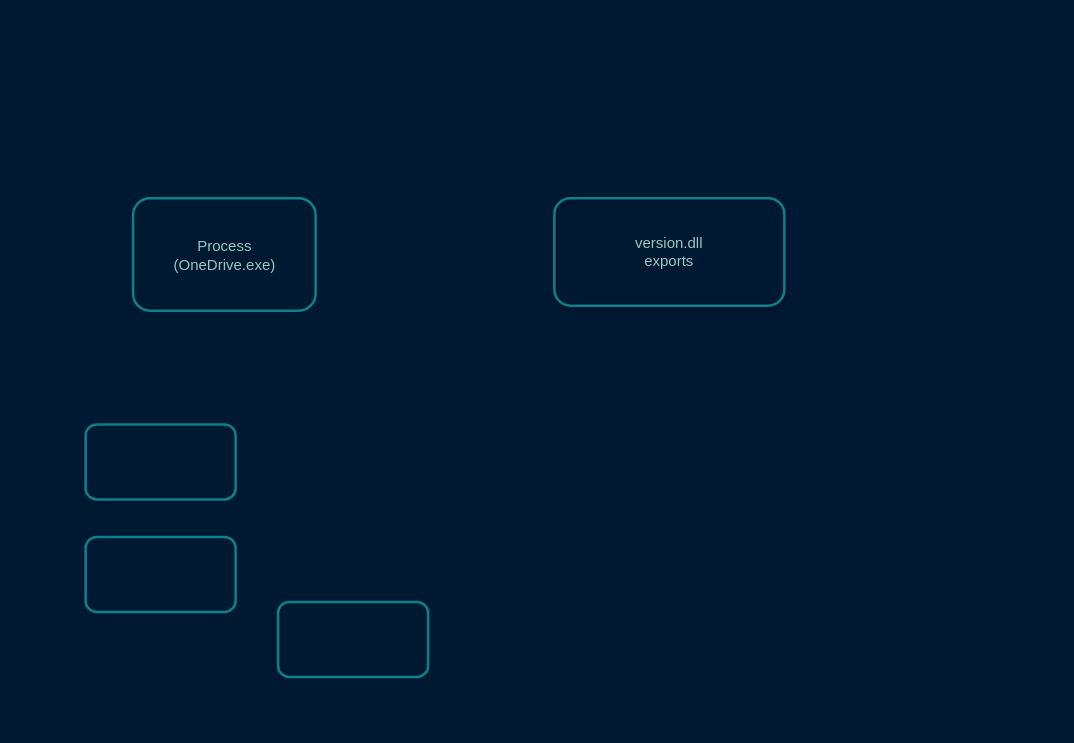
This is dll_proxying.drawio from raghavmishra/diagrams, a draw.io file, before an edit. Source tidied: cells renumbered, new cells numbered last; positions are measured from the earlier drawing's top-left corner, leaving out a move shared by most shapes. Both pictures are drawn from the tidied source at 125%, with x=0, y=0 at pixel (85, 198).
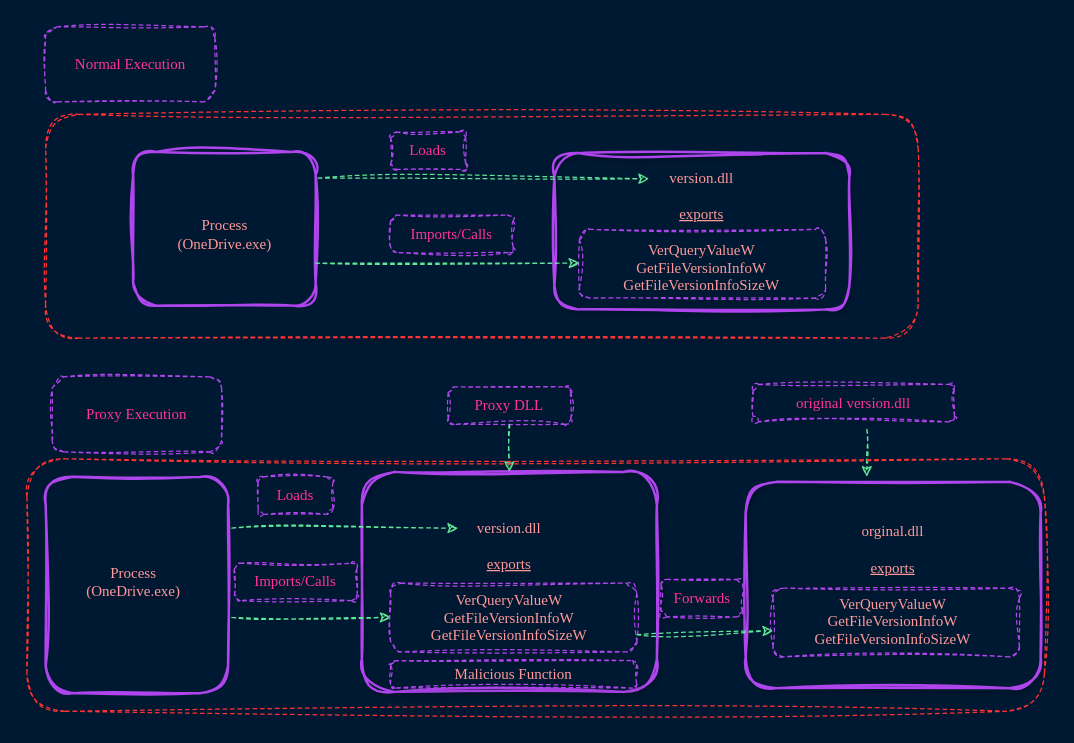
Above is the later version.

What changed in the source:
```diff
@@
-    <mxCell id="2" style="rounded=1;whiteSpace=wrap;html=1;fillColor=none;strokeColor=#0e8088;strokeWidth=2;" parent="1" vertex="1">
-      <mxGeometry x="38" width="146" height="90" as="geometry" />
+    <mxCell id="2" style="rounded=1;whiteSpace=wrap;html=1;fillColor=none;strokeColor=#AF45ED;strokeWidth=2;labelBackgroundColor=none;fontColor=#095C86;sketch=1;curveFitting=1;jiggle=2;" parent="1" vertex="1">
+      <mxGeometry x="38" y="-37" width="146" height="123" as="geometry" />
     </mxCell>
-    <mxCell id="3" style="rounded=1;whiteSpace=wrap;html=1;fillColor=none;strokeColor=#0e8088;strokeWidth=2;" parent="1" vertex="1">
-      <mxGeometry y="181" width="120" height="60" as="geometry" />
-    </mxCell>
-    <mxCell id="4" style="rounded=1;whiteSpace=wrap;html=1;fillColor=none;strokeColor=#0e8088;strokeWidth=2;" parent="1" vertex="1">
-      <mxGeometry x="154" y="323" width="120" height="60" as="geometry" />
-    </mxCell>
-    <mxCell id="5" style="rounded=1;whiteSpace=wrap;html=1;fillColor=none;strokeColor=#0e8088;strokeWidth=2;" parent="1" vertex="1">
-      <mxGeometry y="271" width="120" height="60" as="geometry" />
-    </mxCell>
-    <mxCell id="6" value="&lt;font color=&quot;#9ac7bf&quot;&gt;version.dll&lt;/font&gt;&lt;div&gt;&lt;font color=&quot;#9ac7bf&quot;&gt;exports&lt;/font&gt;&lt;/div&gt;" style="rounded=1;whiteSpace=wrap;html=1;fillColor=none;strokeColor=#0e8088;strokeWidth=2;glass=1;shadow=1;" parent="1" vertex="1">
-      <mxGeometry x="375" width="184" height="86" as="geometry" />
+    <mxCell id="6" value="&lt;font color=&quot;#ff9999&quot; face=&quot;Garamond&quot;&gt;version.dll&lt;/font&gt;&lt;div&gt;&lt;font color=&quot;#ff9999&quot; face=&quot;Garamond&quot;&gt;&lt;br&gt;&lt;/font&gt;&lt;div&gt;&lt;font color=&quot;#ff9999&quot; face=&quot;Garamond&quot;&gt;&lt;u&gt;exports&lt;/u&gt;&lt;/font&gt;&lt;/div&gt;&lt;div&gt;&lt;span style=&quot;background-color: initial;&quot;&gt;&lt;font color=&quot;#ff9999&quot; face=&quot;Garamond&quot;&gt;&lt;br&gt;&lt;/font&gt;&lt;/span&gt;&lt;/div&gt;&lt;div&gt;&lt;span style=&quot;background-color: initial;&quot;&gt;&lt;font color=&quot;#ff9999&quot; face=&quot;Garamond&quot;&gt;VerQueryValueW&lt;/font&gt;&lt;/span&gt;&lt;/div&gt;&lt;div&gt;&lt;font color=&quot;#ff9999&quot; face=&quot;Garamond&quot;&gt;GetFileVersionInfoW&lt;/font&gt;&lt;/div&gt;&lt;div&gt;&lt;font color=&quot;#ff9999&quot; face=&quot;Garamond&quot;&gt;GetFileVersionInfoSizeW&lt;/font&gt;&lt;/div&gt;&lt;/div&gt;" style="rounded=1;whiteSpace=wrap;html=1;fillColor=none;strokeColor=#AF45ED;strokeWidth=2;glass=1;shadow=1;labelBackgroundColor=none;fontColor=#095C86;sketch=1;curveFitting=1;jiggle=2;" parent="1" vertex="1">
+      <mxGeometry x="375" y="-36" width="236" height="125" as="geometry" />
     </mxCell>
-    <mxCell id="7" value="&lt;font color=&quot;#9ac7bf&quot;&gt;Process&lt;br&gt;(OneDrive.exe)&lt;/font&gt;" style="text;html=1;align=center;verticalAlign=middle;whiteSpace=wrap;rounded=0;" parent="1" vertex="1">
-      <mxGeometry x="50.5" y="31" width="121" height="30" as="geometry" />
+    <mxCell id="7" value="&lt;font&gt;Process&lt;br&gt;(OneDrive.exe)&lt;/font&gt;" style="text;html=1;align=center;verticalAlign=middle;whiteSpace=wrap;rounded=1;fontFamily=Garamond;textShadow=1;glass=1;shadow=1;labelBackgroundColor=none;fontColor=#FF9999;sketch=1;curveFitting=1;jiggle=2;" parent="1" vertex="1">
+      <mxGeometry x="50.5" y="13.5" width="121" height="30" as="geometry" />
     </mxCell>
+    <mxCell id="8" style="rounded=1;whiteSpace=wrap;html=1;fillColor=none;dashed=1;strokeColor=#AF45ED;glass=1;shadow=1;fontFamily=Garamond;labelBackgroundColor=none;fontColor=#FF9999;sketch=1;curveFitting=1;jiggle=2;" parent="1" vertex="1">
+      <mxGeometry x="395" y="25" width="197" height="55" as="geometry" />
+    </mxCell>
+    <mxCell id="9" style="endArrow=classic;html=1;rounded=0;entryX=0.321;entryY=0.164;entryDx=0;entryDy=0;entryPerimeter=0;dashed=1;strokeColor=#60E696;labelBackgroundColor=none;fontColor=default;sketch=1;curveFitting=1;jiggle=2;" parent="1" edge="1" target="6">
+      <mxGeometry relative="1" as="geometry">
+        <mxPoint x="186" y="-16" as="sourcePoint" />
+      </mxGeometry>
+    </mxCell>
+    <mxCell id="10" style="endArrow=classic;html=1;rounded=0;dashed=1;strokeColor=#60E696;labelBackgroundColor=none;fontColor=default;sketch=1;curveFitting=1;jiggle=2;" parent="1" edge="1">
+      <mxGeometry relative="1" as="geometry">
+        <mxPoint x="184" y="52" as="sourcePoint" />
+        <mxPoint x="395" y="52" as="targetPoint" />
+      </mxGeometry>
+    </mxCell>
+    <mxCell id="11" value="Loads" style="text;html=1;align=center;verticalAlign=middle;whiteSpace=wrap;rounded=1;dashed=1;fillColor=none;strokeColor=#AF45ED;fontColor=#FF3399;textShadow=1;glass=1;shadow=1;fontFamily=Garamond;labelBackgroundColor=none;sketch=1;curveFitting=1;jiggle=2;" parent="1" vertex="1">
+      <mxGeometry x="244" y="-53" width="60" height="30" as="geometry" />
+    </mxCell>
+    <mxCell id="12" value="Imports/Calls" style="text;html=1;align=center;verticalAlign=middle;whiteSpace=wrap;rounded=1;fillColor=none;strokeColor=#AF45ED;fontColor=#FF3399;textShadow=1;dashed=1;glass=1;shadow=1;fontFamily=Garamond;labelBackgroundColor=none;sketch=1;curveFitting=1;jiggle=2;" parent="1" vertex="1">
+      <mxGeometry x="244" y="13.5" width="98" height="30" as="geometry" />
+    </mxCell>
+    <mxCell id="13" value="Normal Execution" style="rounded=1;whiteSpace=wrap;html=1;fillColor=none;strokeColor=#AF45ED;fontColor=#FF3399;dashed=1;glass=1;shadow=1;fontFamily=Garamond;labelBackgroundColor=none;sketch=1;curveFitting=1;jiggle=2;" parent="1" vertex="1">
+      <mxGeometry x="-32" y="-137" width="135.5" height="60" as="geometry" />
+    </mxCell>
+    <mxCell id="14" value="Proxy Execution" style="rounded=1;whiteSpace=wrap;html=1;fillColor=none;strokeColor=#AF45ED;fontColor=#FF3399;dashed=1;glass=1;shadow=1;fontFamily=Garamond;labelBackgroundColor=none;sketch=1;curveFitting=1;jiggle=2;" parent="1" vertex="1">
+      <mxGeometry x="-26.8" y="143" width="135.5" height="60" as="geometry" />
+    </mxCell>
+    <mxCell id="15" style="rounded=1;whiteSpace=wrap;html=1;sketch=1;hachureGap=4;jiggle=2;curveFitting=1;fontFamily=Architects Daughter;fillColor=none;dashed=1;glass=1;shadow=1;strokeColor=#FF3333;" parent="1" vertex="1">
+      <mxGeometry x="-32" y="-67" width="698" height="179" as="geometry" />
+    </mxCell>
+    <mxCell id="16" style="rounded=1;whiteSpace=wrap;html=1;fillColor=none;strokeColor=#AF45ED;strokeWidth=2;labelBackgroundColor=none;fontColor=#095C86;sketch=1;curveFitting=1;jiggle=2;" parent="1" vertex="1">
+      <mxGeometry x="-32" y="223" width="146" height="173" as="geometry" />
+    </mxCell>
+    <mxCell id="17" value="&lt;font color=&quot;#ff9999&quot; face=&quot;Garamond&quot;&gt;orginal.dll&lt;/font&gt;&lt;div&gt;&lt;font color=&quot;#ff9999&quot; face=&quot;Garamond&quot;&gt;&lt;br&gt;&lt;/font&gt;&lt;div&gt;&lt;font color=&quot;#ff9999&quot; face=&quot;Garamond&quot;&gt;&lt;u&gt;exports&lt;/u&gt;&lt;/font&gt;&lt;/div&gt;&lt;div&gt;&lt;span style=&quot;background-color: initial;&quot;&gt;&lt;font color=&quot;#ff9999&quot; face=&quot;Garamond&quot;&gt;&lt;br&gt;&lt;/font&gt;&lt;/span&gt;&lt;/div&gt;&lt;div&gt;&lt;span style=&quot;background-color: initial;&quot;&gt;&lt;font color=&quot;#ff9999&quot; face=&quot;Garamond&quot;&gt;VerQueryValueW&lt;/font&gt;&lt;/span&gt;&lt;/div&gt;&lt;div&gt;&lt;font color=&quot;#ff9999&quot; face=&quot;Garamond&quot;&gt;GetFileVersionInfoW&lt;/font&gt;&lt;/div&gt;&lt;div&gt;&lt;font color=&quot;#ff9999&quot; face=&quot;Garamond&quot;&gt;GetFileVersionInfoSizeW&lt;/font&gt;&lt;/div&gt;&lt;/div&gt;" style="rounded=1;whiteSpace=wrap;html=1;fillColor=none;strokeColor=#AF45ED;strokeWidth=2;glass=1;shadow=1;labelBackgroundColor=none;fontColor=#095C86;sketch=1;curveFitting=1;jiggle=2;" parent="1" vertex="1">
+      <mxGeometry x="528" y="227" width="236" height="165" as="geometry" />
+    </mxCell>
+    <mxCell id="18" value="&lt;font&gt;Process&lt;br&gt;(OneDrive.exe)&lt;/font&gt;" style="text;html=1;align=center;verticalAlign=middle;whiteSpace=wrap;rounded=1;fontFamily=Garamond;textShadow=1;glass=1;shadow=1;labelBackgroundColor=none;fontColor=#FF9999;sketch=1;curveFitting=1;jiggle=2;" parent="1" vertex="1">
+      <mxGeometry x="-22" y="292" width="121" height="30" as="geometry" />
+    </mxCell>
+    <mxCell id="19" value="&lt;font color=&quot;#ff9999&quot; face=&quot;Garamond&quot;&gt;version.dll&lt;/font&gt;&lt;div&gt;&lt;font color=&quot;#ff9999&quot; face=&quot;Garamond&quot;&gt;&lt;br&gt;&lt;/font&gt;&lt;div&gt;&lt;font color=&quot;#ff9999&quot; face=&quot;Garamond&quot;&gt;&lt;u&gt;exports&lt;/u&gt;&lt;/font&gt;&lt;/div&gt;&lt;div&gt;&lt;span style=&quot;background-color: initial;&quot;&gt;&lt;font color=&quot;#ff9999&quot; face=&quot;Garamond&quot;&gt;&lt;br&gt;&lt;/font&gt;&lt;/span&gt;&lt;/div&gt;&lt;div&gt;&lt;span style=&quot;background-color: initial;&quot;&gt;&lt;font color=&quot;#ff9999&quot; face=&quot;Garamond&quot;&gt;VerQueryValueW&lt;/font&gt;&lt;/span&gt;&lt;/div&gt;&lt;div&gt;&lt;font color=&quot;#ff9999&quot; face=&quot;Garamond&quot;&gt;GetFileVersionInfoW&lt;/font&gt;&lt;/div&gt;&lt;div&gt;&lt;font color=&quot;#ff9999&quot; face=&quot;Garamond&quot;&gt;GetFileVersionInfoSizeW&lt;/font&gt;&lt;/div&gt;&lt;/div&gt;" style="rounded=1;whiteSpace=wrap;html=1;fillColor=none;strokeColor=#AF45ED;strokeWidth=2;glass=1;shadow=1;labelBackgroundColor=none;fontColor=#095C86;sketch=1;curveFitting=1;jiggle=2;textShadow=1;" parent="1" vertex="1">
+      <mxGeometry x="221" y="219" width="236" height="176" as="geometry" />
+    </mxCell>
+    <mxCell id="20" style="endArrow=classic;html=1;rounded=0;dashed=1;strokeColor=#60E696;labelBackgroundColor=none;fontColor=default;sketch=1;curveFitting=1;jiggle=2;" parent="1" edge="1">
+      <mxGeometry relative="1" as="geometry">
+        <mxPoint x="117" y="264" as="sourcePoint" />
+        <mxPoint x="298" y="264" as="targetPoint" />
+      </mxGeometry>
+    </mxCell>
+    <mxCell id="21" style="endArrow=classic;html=1;rounded=0;dashed=1;strokeColor=#60E696;labelBackgroundColor=none;fontColor=default;sketch=1;curveFitting=1;jiggle=2;entryX=0;entryY=0.5;entryDx=0;entryDy=0;" parent="1" edge="1" target="22">
+      <mxGeometry relative="1" as="geometry">
+        <mxPoint x="117" y="335.5" as="sourcePoint" />
+      </mxGeometry>
+    </mxCell>
+    <mxCell id="22" style="rounded=1;whiteSpace=wrap;html=1;fillColor=none;dashed=1;strokeColor=#AF45ED;glass=1;shadow=1;fontFamily=Garamond;labelBackgroundColor=none;fontColor=#FF9999;sketch=1;curveFitting=1;jiggle=2;" parent="1" vertex="1">
+      <mxGeometry x="244" y="308" width="197" height="55" as="geometry" />
+    </mxCell>
+    <mxCell id="23" value="Loads" style="text;html=1;align=center;verticalAlign=middle;whiteSpace=wrap;rounded=1;dashed=1;fillColor=none;strokeColor=#AF45ED;fontColor=#FF3399;textShadow=1;glass=1;shadow=1;fontFamily=Garamond;labelBackgroundColor=none;sketch=1;curveFitting=1;jiggle=2;" parent="1" vertex="1">
+      <mxGeometry x="138" y="223" width="60" height="30" as="geometry" />
+    </mxCell>
+    <mxCell id="24" value="Imports/Calls" style="text;html=1;align=center;verticalAlign=middle;whiteSpace=wrap;rounded=1;fillColor=none;strokeColor=#AF45ED;fontColor=#FF3399;textShadow=1;dashed=1;glass=1;shadow=1;fontFamily=Garamond;labelBackgroundColor=none;sketch=1;curveFitting=1;jiggle=2;" parent="1" vertex="1">
+      <mxGeometry x="119" y="292" width="98" height="30" as="geometry" />
+    </mxCell>
+    <mxCell id="25" style="rounded=1;whiteSpace=wrap;html=1;fillColor=none;dashed=1;strokeColor=#AF45ED;glass=1;shadow=1;fontFamily=Garamond;labelBackgroundColor=none;fontColor=#FF9999;sketch=1;curveFitting=1;jiggle=2;" parent="1" vertex="1">
+      <mxGeometry x="550" y="312" width="197" height="55" as="geometry" />
+    </mxCell>
+    <mxCell id="26" value="Malicious Function" style="rounded=1;whiteSpace=wrap;html=1;fillColor=none;dashed=1;strokeColor=#AF45ED;glass=1;shadow=1;fontFamily=Garamond;labelBackgroundColor=none;fontColor=#FF9999;sketch=1;curveFitting=1;jiggle=2;" parent="1" vertex="1">
+      <mxGeometry x="244" y="370" width="197" height="22" as="geometry" />
+    </mxCell>
+    <mxCell id="27" value="Proxy DLL" style="text;html=1;align=center;verticalAlign=middle;whiteSpace=wrap;rounded=1;fillColor=none;strokeColor=#AF45ED;fontColor=#FF3399;textShadow=1;dashed=1;glass=1;shadow=1;fontFamily=Garamond;labelBackgroundColor=none;sketch=1;curveFitting=1;jiggle=2;" parent="1" vertex="1">
+      <mxGeometry x="290" y="151" width="98" height="30" as="geometry" />
+    </mxCell>
+    <mxCell id="28" style="endArrow=classic;html=1;rounded=0;dashed=1;strokeColor=#60E696;labelBackgroundColor=none;fontColor=default;sketch=1;curveFitting=1;jiggle=2;entryX=0.5;entryY=0;entryDx=0;entryDy=0;exitX=0.5;exitY=1;exitDx=0;exitDy=0;" parent="1" edge="1" source="27" target="19">
+      <mxGeometry relative="1" as="geometry" />
+    </mxCell>
+    <mxCell id="29" style="endArrow=classic;html=1;rounded=0;dashed=1;strokeColor=#60E696;labelBackgroundColor=none;fontColor=default;sketch=1;curveFitting=1;jiggle=2;entryX=0;entryY=0.5;entryDx=0;entryDy=0;exitX=1;exitY=0.75;exitDx=0;exitDy=0;" parent="1" edge="1" source="22">
+      <mxGeometry relative="1" as="geometry">
+        <mxPoint x="550" y="346" as="targetPoint" />
+      </mxGeometry>
+    </mxCell>
+    <mxCell id="30" value="original version.dll" style="text;html=1;align=center;verticalAlign=middle;whiteSpace=wrap;rounded=1;fillColor=none;strokeColor=#AF45ED;fontColor=#FF3399;textShadow=1;dashed=1;glass=1;shadow=1;fontFamily=Garamond;labelBackgroundColor=none;sketch=1;curveFitting=1;jiggle=2;" parent="1" vertex="1">
+      <mxGeometry x="534" y="149" width="161" height="30" as="geometry" />
+    </mxCell>
+    <mxCell id="31" style="endArrow=classic;html=1;rounded=0;dashed=1;strokeColor=#60E696;labelBackgroundColor=none;fontColor=default;sketch=1;curveFitting=1;jiggle=2;entryX=0.5;entryY=0;entryDx=0;entryDy=0;exitX=0.5;exitY=1;exitDx=0;exitDy=0;" parent="1" edge="1">
+      <mxGeometry relative="1" as="geometry">
+        <mxPoint x="625" y="185" as="sourcePoint" />
+        <mxPoint x="625" y="223" as="targetPoint" />
+      </mxGeometry>
+    </mxCell>
+    <mxCell id="32" value="Forwards" style="text;html=1;align=center;verticalAlign=middle;whiteSpace=wrap;rounded=1;fillColor=none;strokeColor=#AF45ED;fontColor=#FF3399;textShadow=1;dashed=1;glass=1;shadow=1;fontFamily=Garamond;labelBackgroundColor=none;sketch=1;curveFitting=1;jiggle=2;" parent="1" vertex="1">
+      <mxGeometry x="460.5" y="305" width="65" height="30" as="geometry" />
+    </mxCell>
+    <mxCell id="33" style="rounded=1;whiteSpace=wrap;html=1;sketch=1;hachureGap=4;jiggle=2;curveFitting=1;fontFamily=Architects Daughter;fillColor=none;dashed=1;glass=1;shadow=1;strokeColor=#FF3333;" parent="1" vertex="1">
+      <mxGeometry x="-47" y="208.5" width="814" height="202" as="geometry" />
+    </mxCell>
```
